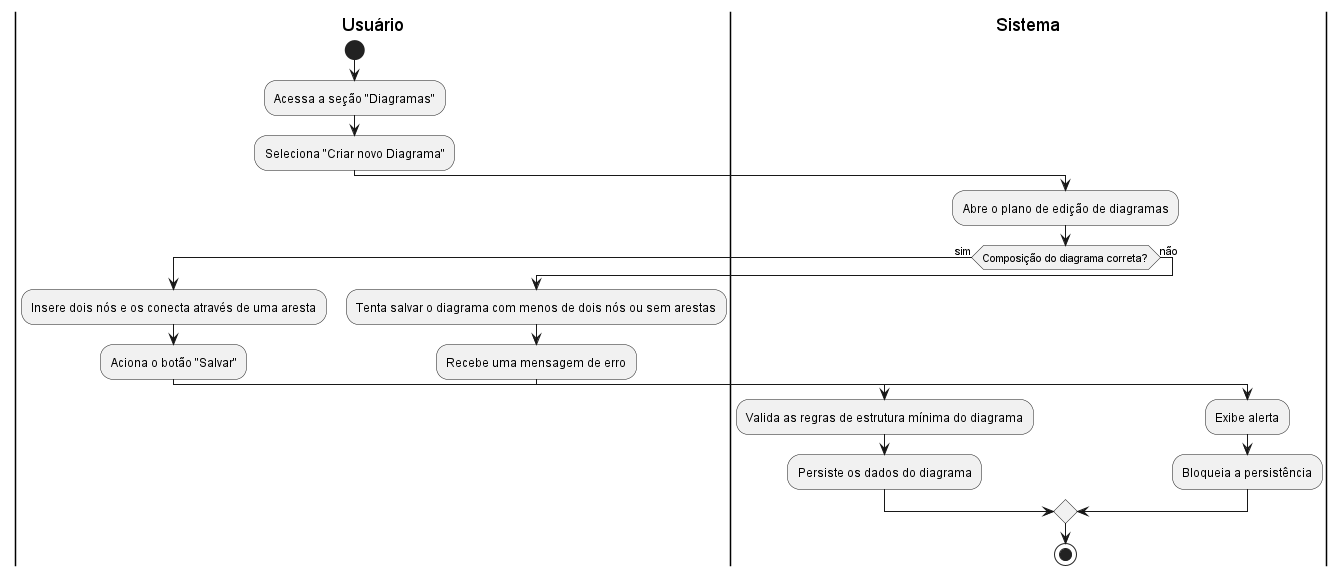
The PlantUML diagram docs/casosUso/imagens/diagramas_atividade/diagrama_UC02.png in aspiringluke/Projeto-Integrado-Mobile, before a commit.
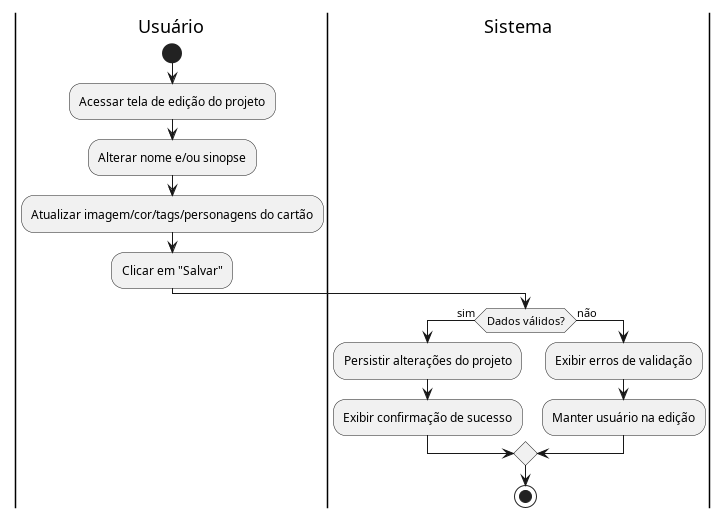
Above is the later version.

Diff of the diagram source:
```diff
@@ -2,28 +2,18 @@
 
 |Usuário|
 start
-:Acessa a seção "Diagramas";
-:Seleciona "Criar novo Diagrama";
+:Acessar tela de edição do projeto;
+:Alterar nome e/ou sinopse;
+:Atualizar imagem/cor/tags/personagens do cartão;
+:Clicar em "Salvar";
 
 |Sistema|
-:Abre o plano de edição de diagramas;
-
-if (Composição do diagrama correta?) then (sim)
-    |Usuário|
-    :Insere dois nós e os conecta através de uma aresta;
-    :Aciona o botão "Salvar";
-
-    |Sistema|
-    :Valida as regras de estrutura mínima do diagrama;
-    :Persiste os dados do diagrama;
+if (Dados válidos?) then (sim)
+  :Persistir alterações do projeto;
+  :Exibir confirmação de sucesso;
 else (não)
-    |Usuário|
-    :Tenta salvar o diagrama com menos de dois nós ou sem arestas;
-    :Recebe uma mensagem de erro;
-
-    |Sistema|
-    :Exibe alerta;
-    :Bloqueia a persistência;
+  :Exibir erros de validação;
+  :Manter usuário na edição;
 endif
 
 stop
```
